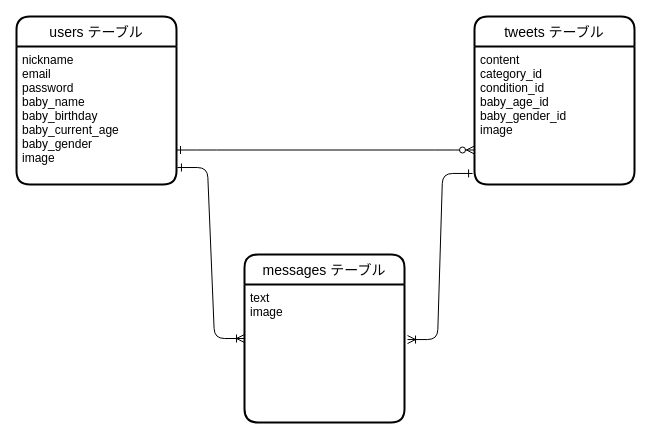
The draw.io diagram lib/oriapp.dio in kamikenbo/oriapp-34562, before the edit. Source tidied: cells renumbered, new cells numbered last; positions are measured from the earlier drawing's top-left corner, leaving out a move shared by most shapes. Both pictures are drawn from the tidied source at 100%, with x=0, y=0 at pixel (16, 16).
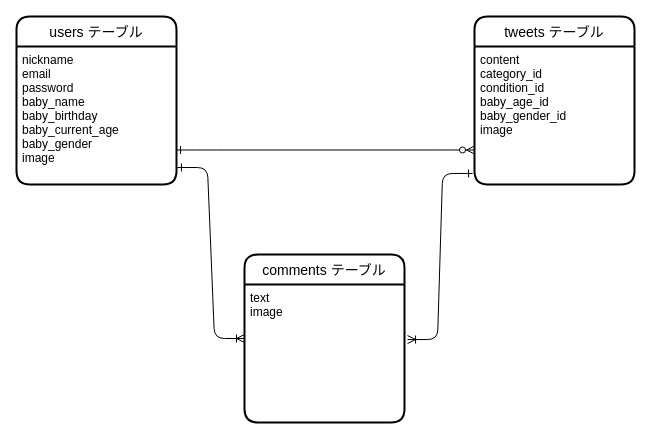
The same page after the edit.

What changed in the source:
```diff
@@
 <mxGraphModel>
   <root>
     <mxCell id="0" />
     <mxCell id="1" parent="0" />
     <mxCell id="2" value="users テーブル" style="swimlane;horizontal=1;startSize=30;rounded=1;fontSize=14;fontStyle=0;strokeWidth=2;shadow=0;dashed=0;align=center;" parent="1" vertex="1">
       <mxGeometry width="160" height="168" as="geometry" />
     </mxCell>
     <mxCell id="3" value="nickname&#10;email&#10;password&#10;baby_name&#10;baby_birthday&#10;baby_current_age&#10;baby_gender&#10;image" style="align=left;strokeColor=none;fillColor=none;spacingLeft=4;fontSize=12;verticalAlign=top;" parent="2" vertex="1">
       <mxGeometry y="30" width="160" height="138" as="geometry" />
     </mxCell>
     <mxCell id="4" style="edgeStyle=orthogonalEdgeStyle;rounded=0;orthogonalLoop=1;jettySize=auto;html=1;exitX=0.5;exitY=1;exitDx=0;exitDy=0;" parent="2" edge="1" source="3" target="3">
       <mxGeometry relative="1" as="geometry" />
     </mxCell>
     <mxCell id="5" value="tweets テーブル" style="swimlane;horizontal=1;startSize=30;rounded=1;fontSize=14;fontStyle=0;strokeWidth=2;shadow=0;dashed=0;align=center;" parent="1" vertex="1">
       <mxGeometry x="458" width="160" height="168" as="geometry" />
     </mxCell>
     <mxCell id="6" value="content&#10;category_id&#10;condition_id&#10;baby_age_id&#10;baby_gender_id&#10;image&#10;" style="align=left;strokeColor=none;fillColor=none;spacingLeft=4;fontSize=12;verticalAlign=top;" parent="5" vertex="1">
       <mxGeometry y="30" width="160" height="138" as="geometry" />
     </mxCell>
-    <mxCell id="7" value="messages テーブル" style="swimlane;horizontal=1;startSize=30;rounded=1;fontSize=14;fontStyle=0;strokeWidth=2;shadow=0;dashed=0;align=center;" parent="1" vertex="1">
+    <mxCell id="7" value="comments テーブル" style="swimlane;horizontal=1;startSize=30;rounded=1;fontSize=14;fontStyle=0;strokeWidth=2;shadow=0;dashed=0;align=center;" parent="1" vertex="1">
       <mxGeometry x="228" y="238" width="160" height="168" as="geometry" />
     </mxCell>
     <mxCell id="8" value="text&#10;image" style="align=left;strokeColor=none;fillColor=none;spacingLeft=4;fontSize=12;verticalAlign=top;" parent="7" vertex="1">
       <mxGeometry y="30" width="160" height="138" as="geometry" />
     </mxCell>
     <mxCell id="9" style="edgeStyle=entityRelationEdgeStyle;fontSize=12;html=1;endArrow=ERzeroToMany;endFill=1;exitX=1;exitY=0.75;exitDx=0;exitDy=0;entryX=0;entryY=0.75;entryDx=0;entryDy=0;startArrow=ERone;startFill=0;" parent="1" edge="1" source="3" target="6">
       <mxGeometry relative="1" as="geometry" />
     </mxCell>
     <mxCell id="10" style="edgeStyle=entityRelationEdgeStyle;fontSize=12;html=1;endArrow=ERoneToMany;entryX=0;entryY=0.5;entryDx=0;entryDy=0;exitX=1.006;exitY=0.877;exitDx=0;exitDy=0;exitPerimeter=0;startArrow=ERone;startFill=0;" parent="1" edge="1" source="3" target="7">
       <mxGeometry relative="1" as="geometry" />
     </mxCell>
     <mxCell id="11" style="edgeStyle=entityRelationEdgeStyle;fontSize=12;html=1;endArrow=ERone;endFill=0;startArrow=ERoneToMany;startFill=0;exitX=1.019;exitY=0.399;exitDx=0;exitDy=0;exitPerimeter=0;entryX=-0.012;entryY=0.92;entryDx=0;entryDy=0;entryPerimeter=0;" parent="1" edge="1" source="8" target="6">
       <mxGeometry relative="1" as="geometry" />
     </mxCell>
   </root>
 </mxGraphModel>
```
